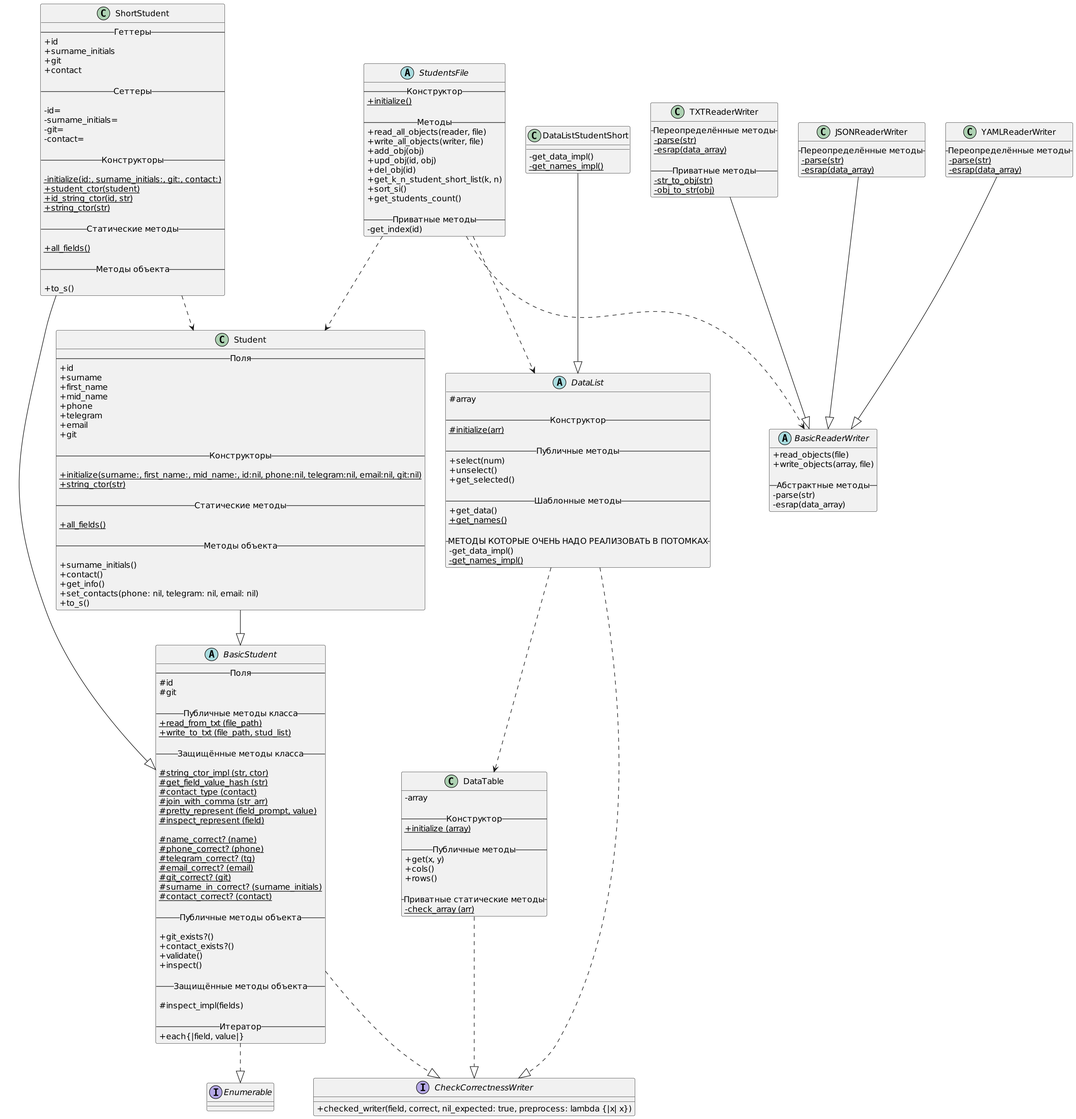
wintttr/OOP keeps this PlantUML diagram as LR2/uml/uml.png. Above is the earlier version.
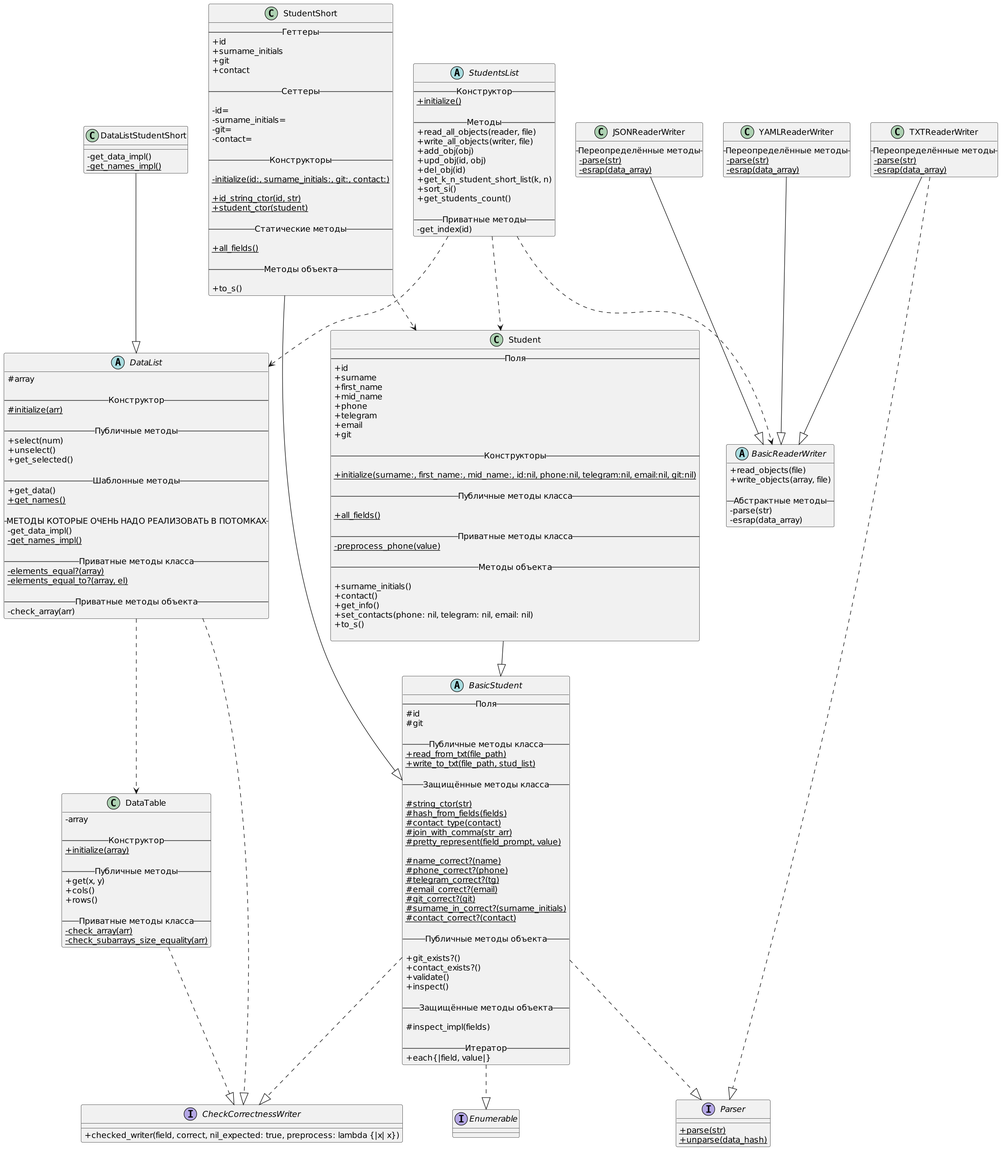
The same diagram one commit later.

Commit message:
Поправил UML

Diff of the diagram source:
```diff
@@ -8,25 +8,24 @@
 	{field} # git
 
 	-- Публичные методы класса --
-	{static} + read_from_txt (file_path)
-	{static} + write_to_txt (file_path, stud_list)
+	{static} + read_from_txt(file_path)
+	{static} + write_to_txt(file_path, stud_list)
 
 	-- Защищённые методы класса --
 
-	{static} # string_ctor_impl (str, ctor)
-	{static} # get_field_value_hash (str)
-	{static} # contact_type (contact)
-	{static} # join_with_comma (str_arr)
-	{static} # pretty_represent (field_prompt, value)
-	{static} # inspect_represent (field)
+	{static} # string_ctor(str)
+	{static} # hash_from_fields(fields)
+	{static} # contact_type(contact)
+	{static} # join_with_comma(str_arr)
+	{static} # pretty_represent(field_prompt, value)
 
-	{static} # name_correct? (name)
-	{static} # phone_correct? (phone)
-	{static} # telegram_correct? (tg)
-	{static} # email_correct? (email)
-	{static} # git_correct? (git)
-	{static} # surname_in_correct? (surname_initials)
-	{static} # contact_correct? (contact)
+	{static} # name_correct?(name)
+	{static} # phone_correct?(phone)
+	{static} # telegram_correct?(tg)
+	{static} # email_correct?(email)
+	{static} # git_correct?(git)
+	{static} # surname_in_correct?(surname_initials)
+	{static} # contact_correct?(contact)
 
 	-- Публичные методы объекта --
 
@@ -57,11 +56,13 @@
 	-- Конструкторы --
 
 	{static} + initialize(surname:, first_name:, mid_name:, id:nil, phone:nil, telegram:nil, email:nil, git:nil)
-	{static} + string_ctor(str)
 
-	-- Статические методы --
+	-- Публичные методы класса --
 
 	{static} + all_fields()
+
+	-- Приватные методы класса --
+	{static} - preprocess_phone(value)
 
 	-- Методы объекта --
 
@@ -70,9 +71,10 @@
 	{method} + get_info()
 	{method} + set_contacts(phone: nil, telegram: nil, email: nil)
 	{method} + to_s()
+
 }
 
-class ShortStudent {
+class StudentShort {
 	-- Геттеры --
 	{field} + id
 	{field} + surname_initials
@@ -89,9 +91,9 @@
 	-- Конструкторы --
 
 	{static} - initialize(id:, surname_initials:, git:, contact:)
+
+	{static} + id_string_ctor(id, str)
 	{static} + student_ctor(student)
-	{static} + id_string_ctor(id, str)
-	{static} + string_ctor(str)
 
 	-- Статические методы --
 
@@ -106,15 +108,16 @@
 	{field} - array
 
 	-- Конструктор --
-	{static} + initialize (array)
+	{static} + initialize(array)
 
 	-- Публичные методы --
 	{method} + get(x, y)
 	{method} + cols()
 	{method} + rows()
 
-	-- Приватные статические методы --
-	{static} - check_array (arr)
+	-- Приватные методы класса --
+	{static} - check_array(arr)
+	{static} - check_subarrays_size_equality(arr)
 }
 
 abstract class DataList {
@@ -135,6 +138,13 @@
 	-- МЕТОДЫ КОТОРЫЕ ОЧЕНЬ НАДО РЕАЛИЗОВАТЬ В ПОТОМКАХ --
 	{method} - get_data_impl()
 	{static} - get_names_impl()
+
+	-- Приватные методы класса --
+	{static} - elements_equal?(array)
+	{static} - elements_equal_to?(array, el)
+
+	-- Приватные методы объекта --
+	{method} - check_array(arr)
 }
 
 class DataListStudentShort {
@@ -142,11 +152,8 @@
 	{static} - get_names_impl()
 }
 
-interface CheckCorrectnessWriter {
-	{method} + checked_writer(field, correct, nil_expected: true, preprocess: lambda {|x| x})
-}
 
-abstract StudentsFile {
+abstract StudentsList {
 	-- Конструктор --
 	{static} + initialize()
 
@@ -177,10 +184,6 @@
 	-- Переопределённые методы --
 	{static} - parse(str)
 	{static} - esrap(data_array)
-
-	-- Приватные методы --
-	{static} - str_to_obj(str)
-	{static} - obj_to_str(obj)
 }
 
 class JSONReaderWriter {
@@ -197,24 +200,35 @@
 
 interface Enumerable {}
 
+interface CheckCorrectnessWriter {
+	{method} + checked_writer(field, correct, nil_expected: true, preprocess: lambda {|x| x})
+}
+
+interface Parser {
+	{static} + parse(str)
+	{static} + unparse(data_hash)
+}
+
 BasicStudent ..|> CheckCorrectnessWriter
 DataTable ..|> CheckCorrectnessWriter
 DataList ..|> CheckCorrectnessWriter
 
 BasicStudent ..|> Enumerable
+BasicStudent ..|> Parser
 
 Student --|> BasicStudent
-ShortStudent --|> BasicStudent
-ShortStudent ..> Student
+StudentShort --|> BasicStudent
+StudentShort ..> Student
 
 DataListStudentShort --|> DataList
 DataList ..> DataTable
 
-StudentsFile ..> Student
-StudentsFile ..> DataList
-StudentsFile ..> BasicReaderWriter
+StudentsList ..> Student
+StudentsList ..> DataList
+StudentsList ..> BasicReaderWriter
 
 TXTReaderWriter --|> BasicReaderWriter
+TXTReaderWriter ..|> Parser
 
 JSONReaderWriter --|> BasicReaderWriter
 
```
